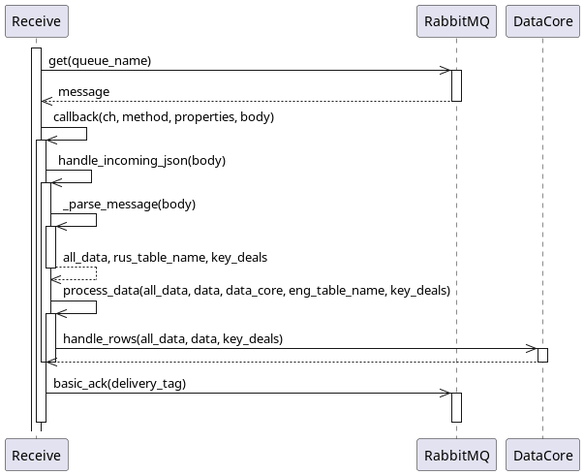
Above: diagrams/receive_sequence.png in agladsoft/RabbitMQ (PlantUML), before the change.
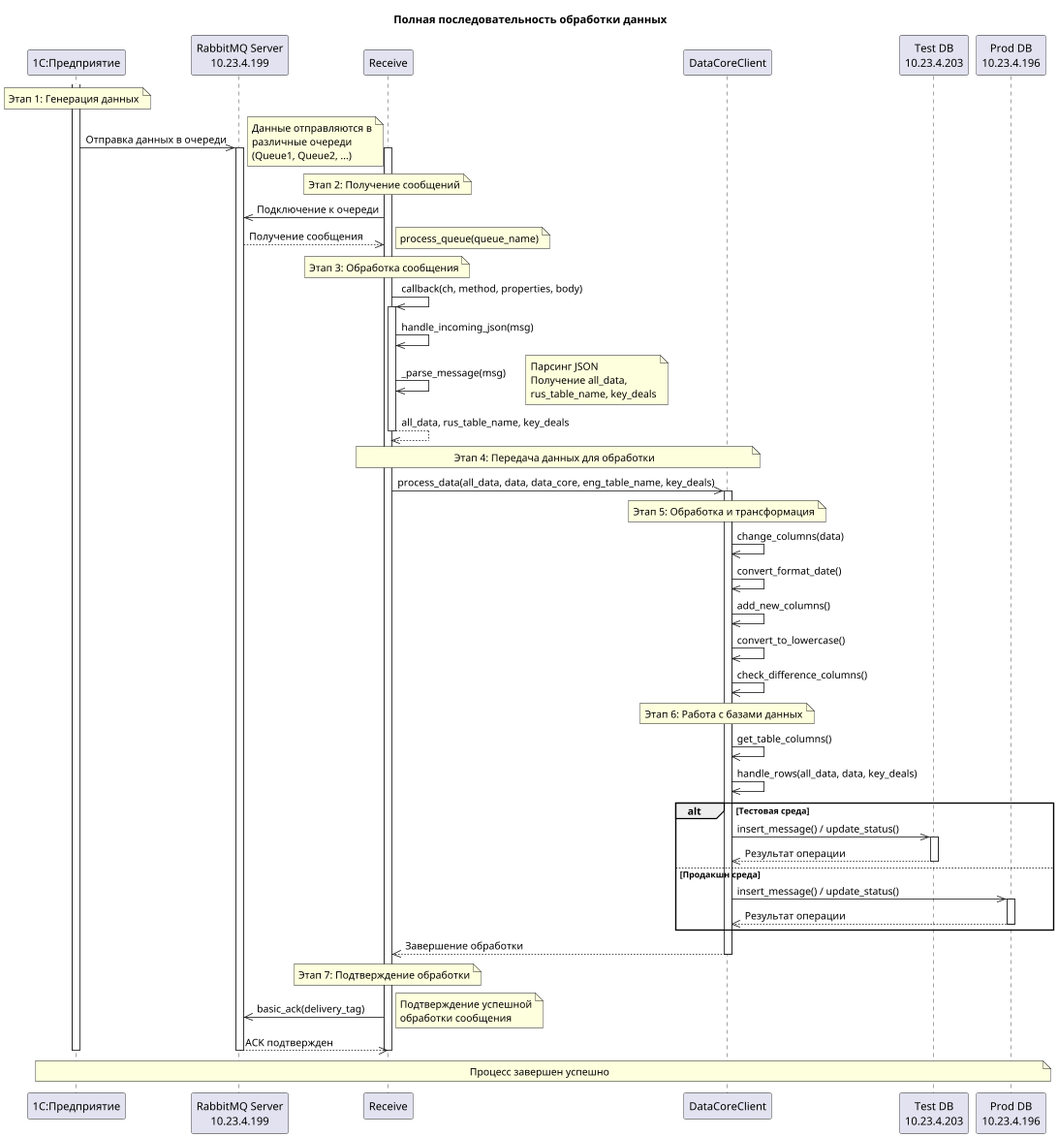
After the commit.

Commit message:
add: added new table (staff)

What changed in the source:
```diff
@@ -1,31 +1,71 @@
 @startuml
-participant Receive as receive
-participant RabbitMQ as rabbitmq
-participant DataCore as data_core
+title "Полная последовательность обработки данных"
 
+participant "1С:Предприятие" as onec
+participant "RabbitMQ Server\n10.23.4.199" as rabbitmq
+participant "Receive" as receive
+participant "DataCoreClient" as datacore
+participant "Test DB\n10.23.4.203" as testdb
+participant "Prod DB\n10.23.4.196" as proddb
+
+note over onec: Этап 1: Генерация данных
+activate onec
+onec->>rabbitmq: Отправка данных в очереди
+note right: Данные отправляются в\nразличные очереди\n(Queue1, Queue2, ...)
+activate rabbitmq
+
+note over receive: Этап 2: Получение сообщений
 activate receive
-receive->>rabbitmq: get(queue_name)
-activate rabbitmq
-rabbitmq-->>receive: message
-deactivate rabbitmq
+receive->>rabbitmq: Подключение к очереди
+rabbitmq-->>receive: Получение сообщения
+note right: process_queue(queue_name)
+
+note over receive: Этап 3: Обработка сообщения
 receive->>receive: callback(ch, method, properties, body)
 activate receive
-receive->>receive: handle_incoming_json(body)
-activate receive
-receive->>receive: _parse_message(body)
-activate receive
+receive->>receive: handle_incoming_json(msg)
+receive->>receive: _parse_message(msg)
+note right: Парсинг JSON\nПолучение all_data,\nrus_table_name, key_deals
 receive-->>receive: all_data, rus_table_name, key_deals
 deactivate receive
-receive->>receive: process_data(all_data, data, data_core, eng_table_name, key_deals)
-activate receive
-receive->>data_core: handle_rows(all_data, data, key_deals)
-activate data_core
-data_core-->>receive:
-deactivate data_core
+
+note over receive, datacore: Этап 4: Передача данных для обработки
+receive->>datacore: process_data(all_data, data, data_core, eng_table_name, key_deals)
+activate datacore
+
+note over datacore: Этап 5: Обработка и трансформация
+datacore->>datacore: change_columns(data)
+datacore->>datacore: convert_format_date()
+datacore->>datacore: add_new_columns()
+datacore->>datacore: convert_to_lowercase()
+datacore->>datacore: check_difference_columns()
+
+note over datacore: Этап 6: Работа с базами данных
+datacore->>datacore: get_table_columns()
+datacore->>datacore: handle_rows(all_data, data, key_deals)
+
+alt Тестовая среда
+    datacore->>testdb: insert_message() / update_status()
+    activate testdb
+    testdb-->>datacore: Результат операции
+    deactivate testdb
+else Продакшн среда
+    datacore->>proddb: insert_message() / update_status()
+    activate proddb
+    proddb-->>datacore: Результат операции
+    deactivate proddb
+end
+
+datacore-->>receive: Завершение обработки
+deactivate datacore
+
+note over receive: Этап 7: Подтверждение обработки
+receive->>rabbitmq: basic_ack(delivery_tag)
+note right: Подтверждение успешной\nобработки сообщения
+rabbitmq-->>receive: ACK подтвержден
 deactivate receive
-deactivate receive
-receive->>rabbitmq: basic_ack(delivery_tag)
-activate rabbitmq
 deactivate rabbitmq
-deactivate receive
+deactivate onec
+
+note over onec, proddb: Процесс завершен успешно
 @enduml
```
